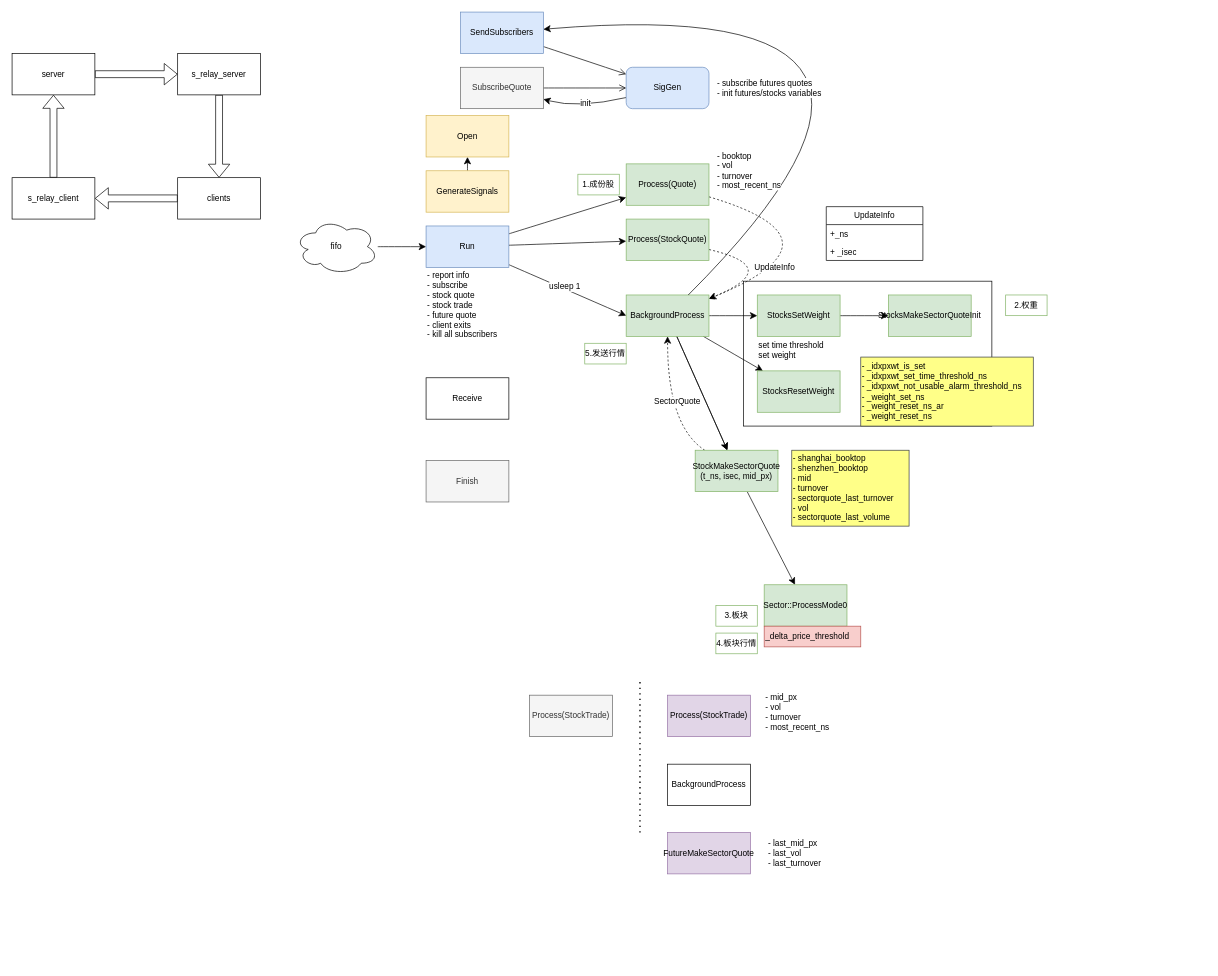
The draw.io diagram page "siggen" (2 of 2) of tongdengfund/trader.drawio in mistyeye11/drawio, before the edit. Source tidied: cells renumbered, new cells numbered last; positions are measured from the earlier drawing's top-left corner, leaving out a move shared by most shapes. Both pictures are drawn from the tidied source at 69%, with x=0, y=0 at pixel (12, -9).
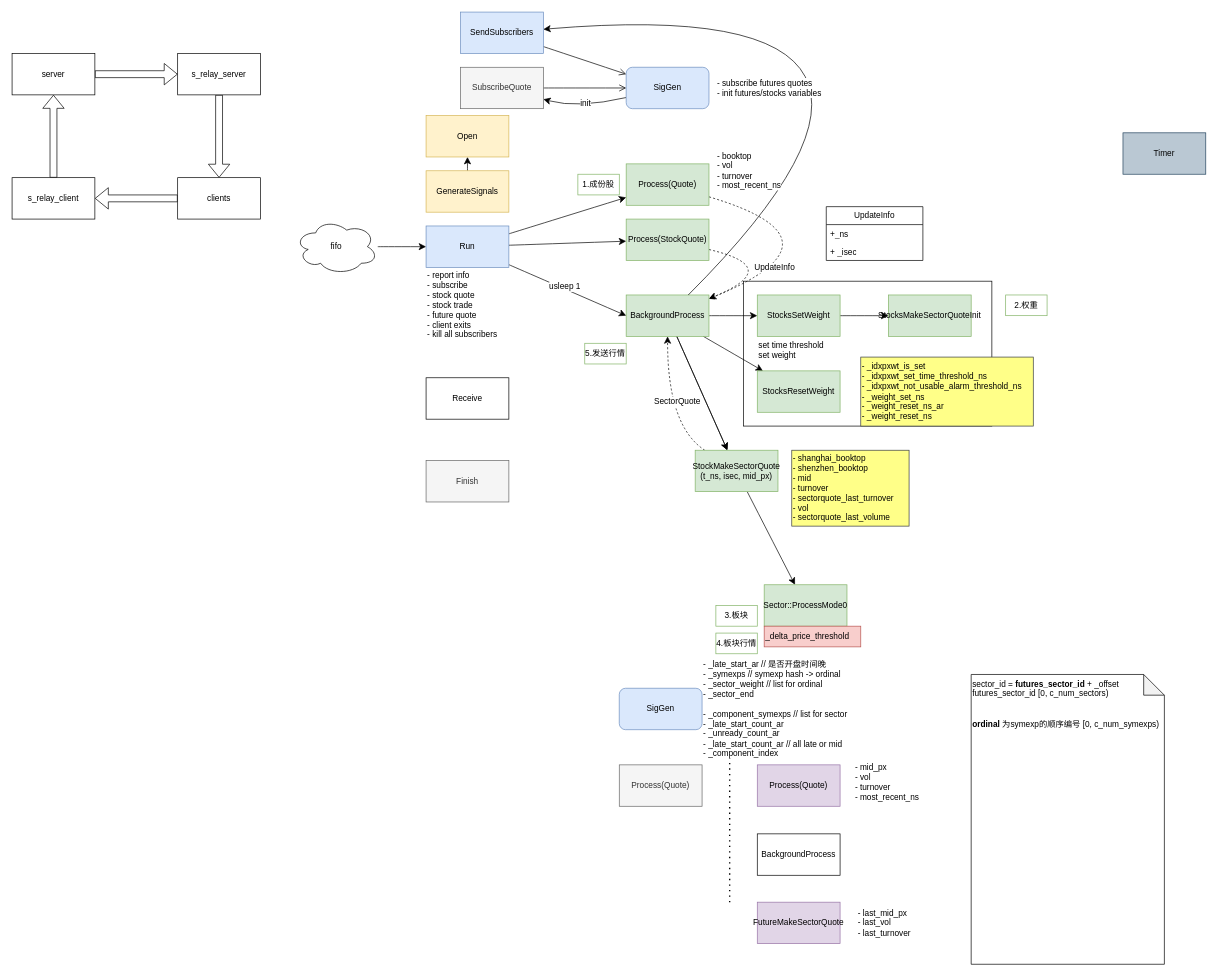
After the change.

What changed in the source:
```diff
@@
-    <mxCell id="8" value="&lt;div&gt;Process(StockTrade)&lt;/div&gt;" style="rounded=0;whiteSpace=wrap;html=1;strokeColor=#666666;align=center;verticalAlign=middle;fontFamily=Helvetica;fontSize=12;fontColor=#333333;labelBackgroundColor=none;fillColor=#f5f5f5;" parent="1" vertex="1">
-      <mxGeometry x="750" y="1020" width="120" height="60" as="geometry" />
+    <mxCell id="8" value="&lt;div&gt;Process(Quote)&lt;/div&gt;" style="rounded=0;whiteSpace=wrap;html=1;strokeColor=#666666;align=center;verticalAlign=middle;fontFamily=Helvetica;fontSize=12;fontColor=#333333;labelBackgroundColor=none;fillColor=#f5f5f5;" parent="1" vertex="1">
+      <mxGeometry x="880" y="1121" width="120" height="60" as="geometry" />
     </mxCell>
@@
     <mxCell id="67" style="endArrow=none;dashed=1;html=1;dashPattern=1 3;strokeWidth=2;rounded=0;fontSize=12;startSize=8;endSize=8;curved=1;" parent="1" edge="1">
       <mxGeometry relative="1" as="geometry">
-        <mxPoint x="910" y="1219" as="sourcePoint" />
-        <mxPoint x="910" y="999" as="targetPoint" />
+        <mxPoint x="1040" y="1320" as="sourcePoint" />
+        <mxPoint x="1040" y="1100" as="targetPoint" />
       </mxGeometry>
     </mxCell>
-    <mxCell id="68" value="&lt;div&gt;Process(StockTrade)&lt;/div&gt;" style="rounded=0;whiteSpace=wrap;html=1;strokeColor=#9673a6;align=center;verticalAlign=middle;fontFamily=Helvetica;fontSize=12;labelBackgroundColor=none;fillColor=#e1d5e7;" parent="1" vertex="1">
-      <mxGeometry x="950" y="1020" width="120" height="60" as="geometry" />
+    <mxCell id="68" value="&lt;div&gt;Process(Quote)&lt;/div&gt;" style="rounded=0;whiteSpace=wrap;html=1;strokeColor=#9673a6;align=center;verticalAlign=middle;fontFamily=Helvetica;fontSize=12;labelBackgroundColor=none;fillColor=#e1d5e7;" parent="1" vertex="1">
+      <mxGeometry x="1080" y="1121" width="120" height="60" as="geometry" />
     </mxCell>
     <mxCell id="69" value="FutureMakeSectorQuote" style="rounded=0;whiteSpace=wrap;html=1;strokeColor=#9673a6;align=center;verticalAlign=middle;fontFamily=Helvetica;fontSize=12;labelBackgroundColor=none;fillColor=#e1d5e7;" parent="1" vertex="1">
-      <mxGeometry x="950" y="1219" width="120" height="60" as="geometry" />
+      <mxGeometry x="1080" y="1320" width="120" height="60" as="geometry" />
     </mxCell>
     <mxCell id="70" value="BackgroundProcess" style="whiteSpace=wrap;html=1;" parent="1" vertex="1">
-      <mxGeometry x="950" y="1120" width="120" height="60" as="geometry" />
+      <mxGeometry x="1080" y="1221" width="120" height="60" as="geometry" />
     </mxCell>
     <mxCell id="71" value="&lt;div&gt;- mid_px&lt;br&gt;&lt;/div&gt;&lt;div&gt;- vol&lt;br&gt;&lt;/div&gt;&lt;div&gt;- turnover&lt;/div&gt;&lt;div&gt;- most_recent_ns&lt;br&gt;&lt;/div&gt;" style="text;html=1;align=left;verticalAlign=middle;strokeColor=none;fillColor=none;fontSize=12;fontFamily=Helvetica;fontColor=default;labelBackgroundColor=default;" parent="1" vertex="1">
-      <mxGeometry x="1090" y="1010" width="120" height="70" as="geometry" />
+      <mxGeometry x="1220" y="1111" width="120" height="70" as="geometry" />
     </mxCell>
     <mxCell id="72" value="&lt;div&gt;- last_mid_px&lt;br&gt;&lt;/div&gt;&lt;div&gt;- last_vol&lt;br&gt;&lt;/div&gt;&lt;div&gt;- last_turnover&lt;/div&gt;" style="text;html=1;align=left;verticalAlign=middle;strokeColor=none;fillColor=none;fontSize=12;fontFamily=Helvetica;fontColor=default;labelBackgroundColor=default;" parent="1" vertex="1">
-      <mxGeometry x="1094" y="1219" width="100" height="60" as="geometry" />
+      <mxGeometry x="1224" y="1320" width="100" height="60" as="geometry" />
     </mxCell>
+    <mxCell id="73" value="Timer" style="rounded=0;whiteSpace=wrap;html=1;fillColor=#bac8d3;strokeColor=#23445d;" parent="1" vertex="1">
+      <mxGeometry x="1610" y="205" width="120" height="60" as="geometry" />
+    </mxCell>
+    <mxCell id="74" style="group;" parent="1" vertex="1">
+      <mxGeometry x="880" y="1010" width="350" height="110" as="geometry" />
+    </mxCell>
+    <mxCell id="75" value="&lt;div&gt;SigGen&lt;/div&gt;" style="rounded=1;whiteSpace=wrap;html=1;strokeColor=#6c8ebf;align=center;verticalAlign=middle;fontFamily=Helvetica;fontSize=12;labelBackgroundColor=none;fillColor=#dae8fc;" parent="74" vertex="1">
+      <mxGeometry width="120" height="60" as="geometry" />
+    </mxCell>
+    <mxCell id="76" value="&lt;div&gt;- _late_start_ar // 是否开盘时间晚&lt;br&gt;&lt;/div&gt;&lt;div&gt;- _symexps // symexp hash -&amp;gt; ordinal&lt;/div&gt;&lt;div&gt;- _sector_weight // list for ordinal&lt;br&gt;&lt;/div&gt;&lt;div&gt;- _sector_end&lt;/div&gt;&lt;div&gt;&lt;br&gt;&lt;/div&gt;&lt;div&gt;- _component_symexps // list for sector&lt;/div&gt;&lt;div&gt;- _late_start_count_ar&lt;/div&gt;&lt;div&gt;- _unready_count_ar&lt;/div&gt;&lt;div&gt;- _late_start_count_ar // all late or mid&lt;/div&gt;&lt;div&gt;- _component_index&lt;br&gt;&lt;/div&gt;" style="text;html=1;align=left;verticalAlign=middle;strokeColor=none;fillColor=none;fontSize=12;fontFamily=Helvetica;fontColor=default;labelBackgroundColor=default;" parent="74" vertex="1">
+      <mxGeometry x="120" y="-50" width="230" height="160" as="geometry" />
+    </mxCell>
+    <mxCell id="77" value="&lt;div&gt;sector_id = &lt;b&gt;futures_sector_id&lt;/b&gt; + _offset&lt;/div&gt;&lt;div&gt;futures_sector_id [0, c_num_sectors)&lt;br&gt;&lt;/div&gt;&lt;div&gt;&lt;br&gt;&lt;/div&gt;&lt;div&gt;&lt;br&gt;&lt;/div&gt;&lt;div&gt;&lt;b&gt;ordinal&lt;/b&gt; 为symexp的顺序编号 [0, c_num_symexps)&lt;/div&gt;&lt;div&gt;&lt;br&gt;&lt;/div&gt;&lt;div&gt;&lt;br&gt;&lt;/div&gt;" style="shape=note;whiteSpace=wrap;html=1;backgroundOutline=1;darkOpacity=0.05;align=left;verticalAlign=top;" parent="1" vertex="1">
+      <mxGeometry x="1390" y="990" width="280" height="420" as="geometry" />
+    </mxCell>
```
